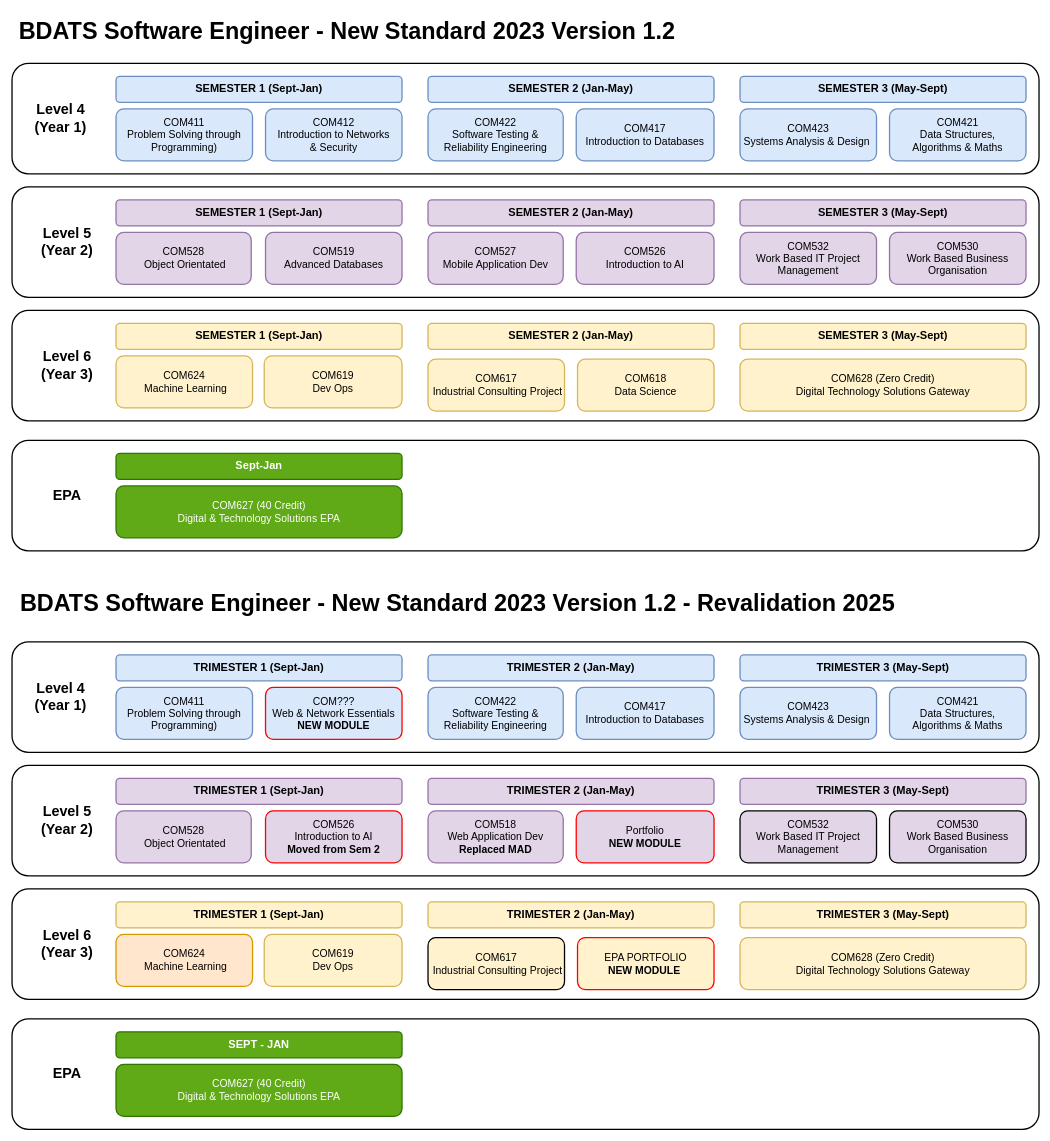
Earlier version of the draw.io diagram page "BDATS_SOFTWARE" (2 of 4) of BDATS_NEW_2023_Standard_1-1.drawio (martinsolent/solent_diagrams). Source tidied: cells renumbered, new cells numbered last; positions are measured from the earlier drawing's top-left corner, leaving out a move shared by most shapes. Both pictures are drawn from the tidied source at 65%, with x=0, y=0 at pixel (12, 11).
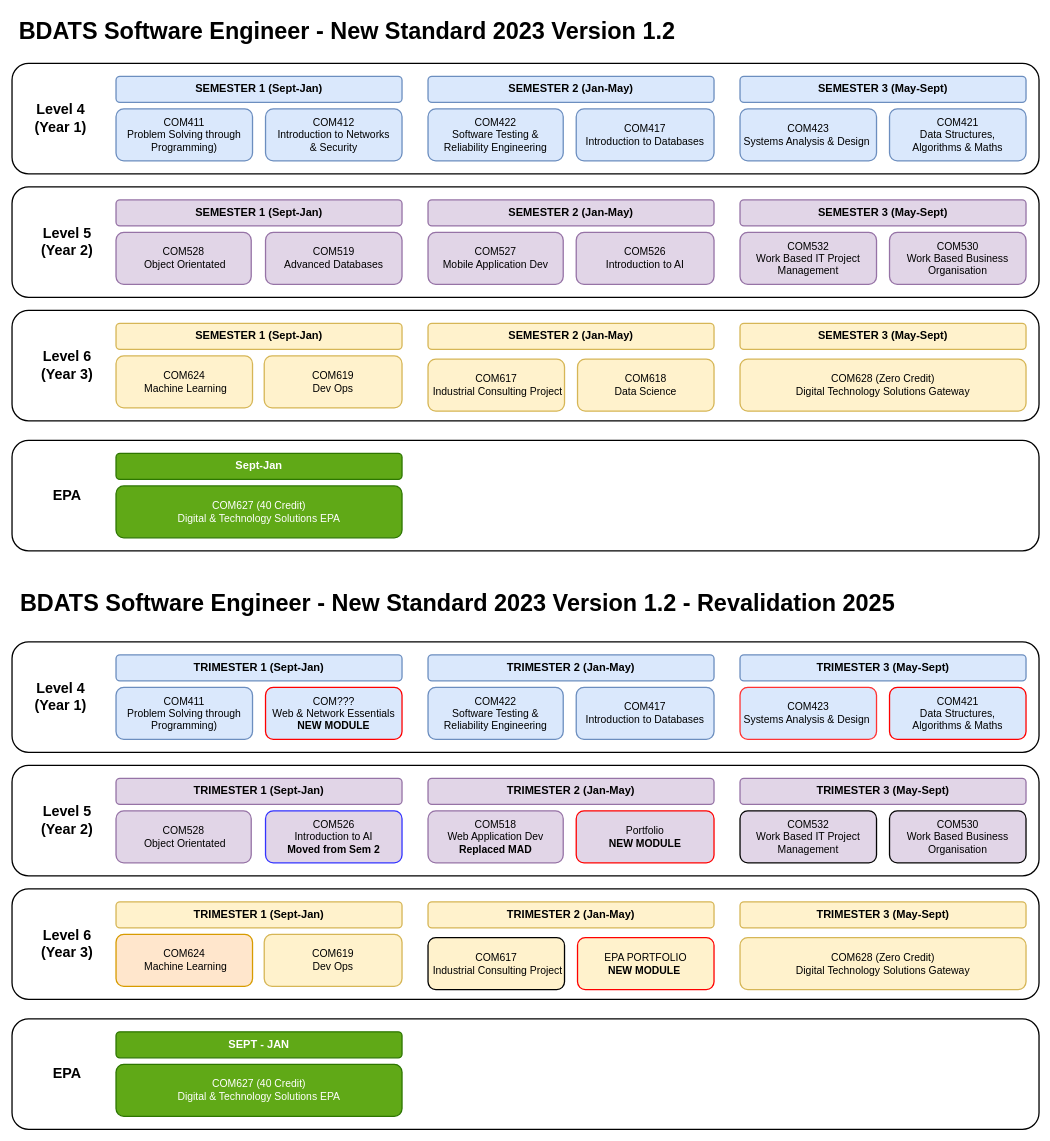
The same diagram, later.

What changed in the source:
```diff
@@
-    <mxCell id="47" value="&lt;font style=&quot;font-size: 16px;&quot;&gt;COM423&lt;br style=&quot;border-color: var(--border-color);&quot;&gt;Systems Analysis &amp;amp; Design&amp;nbsp;&lt;span style=&quot;font-size: 16px&quot;&gt;&lt;br&gt;&lt;/span&gt;&lt;/font&gt;" style="rounded=1;whiteSpace=wrap;html=1;fillColor=#dae8fc;strokeColor=#6c8ebf;strokeWidth=2;" parent="1" vertex="1">
+    <mxCell id="47" value="&lt;font style=&quot;font-size: 16px;&quot;&gt;COM423&lt;br style=&quot;border-color: var(--border-color);&quot;&gt;Systems Analysis &amp;amp; Design&amp;nbsp;&lt;span style=&quot;font-size: 16px&quot;&gt;&lt;br&gt;&lt;/span&gt;&lt;/font&gt;" style="rounded=1;whiteSpace=wrap;html=1;fillColor=#dae8fc;strokeColor=#FF3333;strokeWidth=2;" parent="1" vertex="1">
       <mxGeometry x="1120" y="1040" width="210" height="80" as="geometry" />
     </mxCell>
-    <mxCell id="48" value="&lt;font style=&quot;font-size: 16px;&quot;&gt;COM421&lt;br style=&quot;border-color: var(--border-color);&quot;&gt;Data Structures,&lt;br style=&quot;border-color: var(--border-color);&quot;&gt;Algorithms &amp;amp; Maths&lt;/font&gt;" style="rounded=1;whiteSpace=wrap;html=1;fillColor=#dae8fc;strokeColor=#6c8ebf;strokeWidth=2;" parent="1" vertex="1">
+    <mxCell id="48" value="&lt;font style=&quot;font-size: 16px;&quot;&gt;COM421&lt;br style=&quot;border-color: var(--border-color);&quot;&gt;Data Structures,&lt;br style=&quot;border-color: var(--border-color);&quot;&gt;Algorithms &amp;amp; Maths&lt;/font&gt;" style="rounded=1;whiteSpace=wrap;html=1;fillColor=#dae8fc;strokeColor=#FF0000;strokeWidth=2;" parent="1" vertex="1">
       <mxGeometry x="1350" y="1040" width="210" height="80" as="geometry" />
     </mxCell>
@@
-    <mxCell id="50" value="&lt;span style=&quot;font-size: 16px;&quot;&gt;COM526&lt;/span&gt;&lt;br style=&quot;font-size: 16px;&quot;&gt;&lt;span style=&quot;font-size: 16px;&quot;&gt;Introduction to AI&lt;br&gt;&lt;b&gt;Moved from Sem 2&lt;/b&gt;&lt;/span&gt;" style="rounded=1;whiteSpace=wrap;html=1;fillColor=#e1d5e7;strokeColor=light-dark(#fa0000, #9577a3);strokeWidth=2;" parent="1" vertex="1">
+    <mxCell id="50" value="&lt;span style=&quot;font-size: 16px;&quot;&gt;COM526&lt;/span&gt;&lt;br style=&quot;font-size: 16px;&quot;&gt;&lt;span style=&quot;font-size: 16px;&quot;&gt;Introduction to AI&lt;br&gt;&lt;b&gt;Moved from Sem 2&lt;/b&gt;&lt;/span&gt;" style="rounded=1;whiteSpace=wrap;html=1;fillColor=#e1d5e7;strokeColor=light-dark(#3333FF,#9577A3);strokeWidth=2;" parent="1" vertex="1">
       <mxGeometry x="390" y="1230" width="210" height="80" as="geometry" />
     </mxCell>
```
